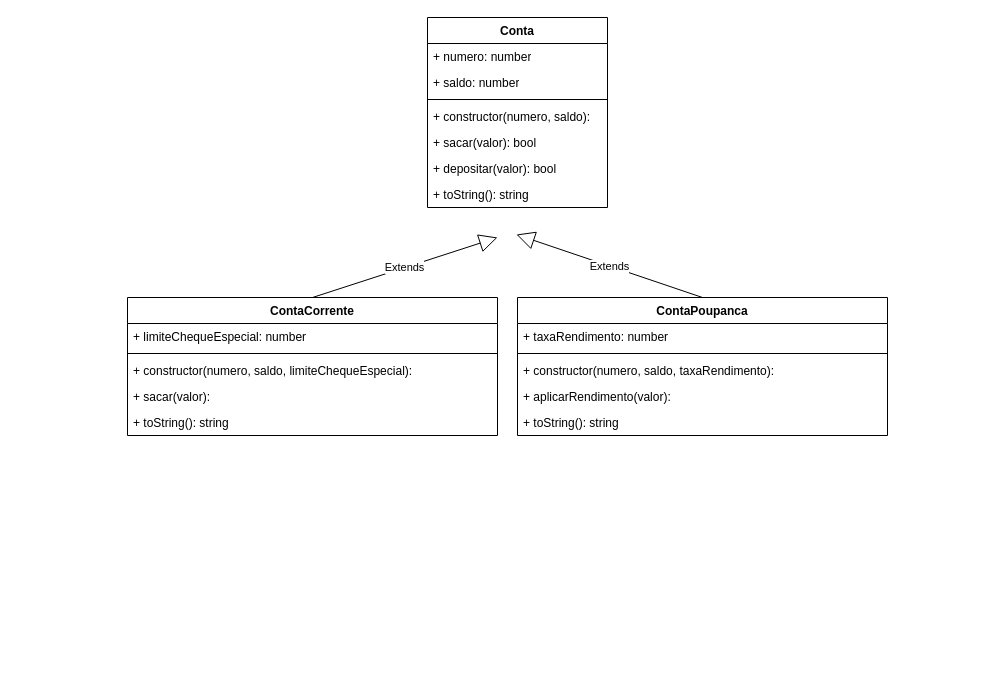
This is aulas/aula09/contas-bancarias.drawio from LuisgrbDev/AulasJs, a draw.io file, before an edit. Source tidied: cells renumbered, new cells numbered last; positions are measured from the earlier drawing's top-left corner, leaving out a move shared by most shapes. Both pictures are drawn from the tidied source at 100%, with x=0, y=0 at pixel (127, 17).
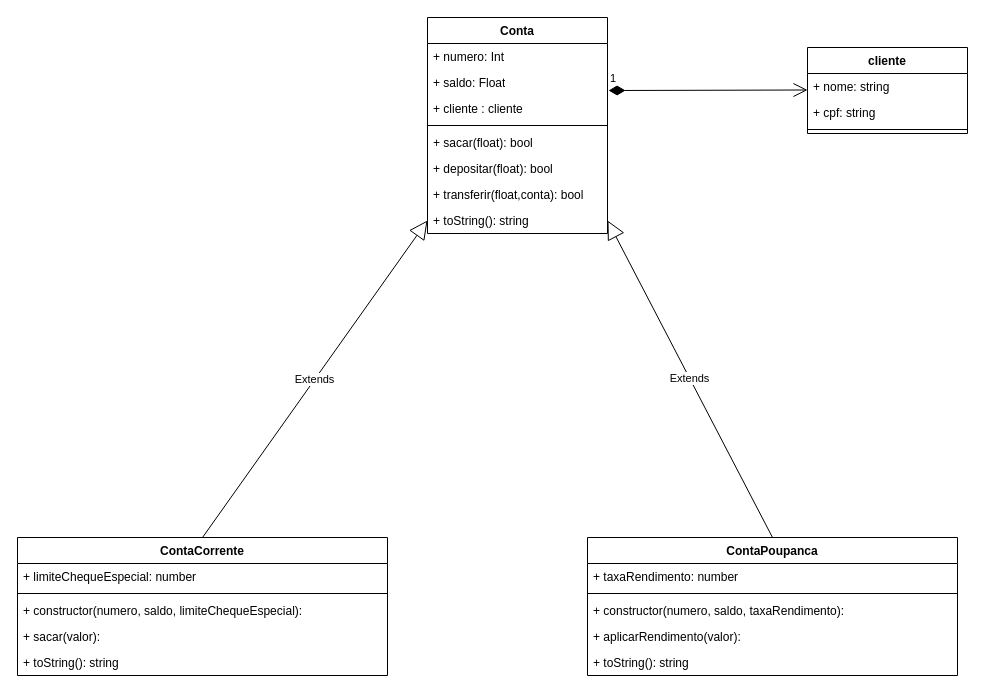
After the change.

Commit message (it also covers changes not shown here):
diagrama conta bancaria

The edit, as a diff of the source:
```diff
@@
     <mxCell id="2" value="Conta" style="swimlane;fontStyle=1;align=center;verticalAlign=top;horizontal=1;startSize=26;whiteSpace=wrap;html=1;" parent="1" vertex="1">
-      <mxGeometry x="300" width="180" height="190" as="geometry" />
+      <mxGeometry x="300" width="180" height="216" as="geometry" />
     </mxCell>
-    <mxCell id="3" value="+ numero: number" style="text;strokeColor=none;fillColor=none;align=left;verticalAlign=top;spacingLeft=4;spacingRight=4;overflow=hidden;whiteSpace=wrap;html=1;" parent="2" vertex="1">
+    <mxCell id="3" value="+ numero: Int" style="text;strokeColor=none;fillColor=none;align=left;verticalAlign=top;spacingLeft=4;spacingRight=4;overflow=hidden;whiteSpace=wrap;html=1;" parent="2" vertex="1">
       <mxGeometry y="26" width="180" height="26" as="geometry" />
     </mxCell>
-    <mxCell id="4" value="+ saldo: number" style="text;strokeColor=none;fillColor=none;align=left;verticalAlign=top;spacingLeft=4;spacingRight=4;overflow=hidden;points=[[0,0.5],[1,0.5]];portConstraint=eastwest;whiteSpace=wrap;html=1;" parent="2" vertex="1">
+    <mxCell id="4" value="+ saldo: Float" style="text;strokeColor=none;fillColor=none;align=left;verticalAlign=top;spacingLeft=4;spacingRight=4;overflow=hidden;points=[[0,0.5],[1,0.5]];portConstraint=eastwest;whiteSpace=wrap;html=1;" parent="2" vertex="1">
       <mxGeometry y="52" width="180" height="26" as="geometry" />
     </mxCell>
+    <mxCell id="24" value="+ cliente : cliente" style="text;strokeColor=none;fillColor=none;align=left;verticalAlign=top;spacingLeft=4;spacingRight=4;overflow=hidden;whiteSpace=wrap;html=1;" parent="2" vertex="1">
+      <mxGeometry y="78" width="180" height="26" as="geometry" />
+    </mxCell>
     <mxCell id="5" style="line;strokeWidth=1;fillColor=none;align=left;verticalAlign=middle;spacingTop=-1;spacingLeft=3;spacingRight=3;labelPosition=right;strokeColor=inherit;" parent="2" vertex="1">
-      <mxGeometry y="78" width="180" height="8" as="geometry" />
+      <mxGeometry y="104" width="180" height="8" as="geometry" />
     </mxCell>
-    <mxCell id="6" value="+ constructor(numero, saldo):&amp;nbsp;" style="text;strokeColor=none;fillColor=none;align=left;verticalAlign=top;spacingLeft=4;spacingRight=4;overflow=hidden;whiteSpace=wrap;html=1;" parent="2" vertex="1">
-      <mxGeometry y="86" width="180" height="26" as="geometry" />
-    </mxCell>
-    <mxCell id="7" value="+ sacar(valor): bool&amp;nbsp;" style="text;strokeColor=none;fillColor=none;align=left;verticalAlign=top;spacingLeft=4;spacingRight=4;overflow=hidden;whiteSpace=wrap;html=1;" parent="2" vertex="1">
+    <mxCell id="7" value="+ sacar(float): bool&amp;nbsp;" style="text;strokeColor=none;fillColor=none;align=left;verticalAlign=top;spacingLeft=4;spacingRight=4;overflow=hidden;whiteSpace=wrap;html=1;" parent="2" vertex="1">
       <mxGeometry y="112" width="180" height="26" as="geometry" />
     </mxCell>
-    <mxCell id="8" value="+ depositar(valor): bool&amp;nbsp;" style="text;strokeColor=none;fillColor=none;align=left;verticalAlign=top;spacingLeft=4;spacingRight=4;overflow=hidden;whiteSpace=wrap;html=1;" parent="2" vertex="1">
+    <mxCell id="8" value="+ depositar(float): bool&amp;nbsp;" style="text;strokeColor=none;fillColor=none;align=left;verticalAlign=top;spacingLeft=4;spacingRight=4;overflow=hidden;whiteSpace=wrap;html=1;" parent="2" vertex="1">
       <mxGeometry y="138" width="180" height="26" as="geometry" />
     </mxCell>
+    <mxCell id="25" value="+ transferir(float,conta): bool&amp;nbsp;" style="text;strokeColor=none;fillColor=none;align=left;verticalAlign=top;spacingLeft=4;spacingRight=4;overflow=hidden;whiteSpace=wrap;html=1;" parent="2" vertex="1">
+      <mxGeometry y="164" width="180" height="26" as="geometry" />
+    </mxCell>
     <mxCell id="9" value="+ toString(): string&amp;nbsp;" style="text;strokeColor=none;fillColor=none;align=left;verticalAlign=top;spacingLeft=4;spacingRight=4;overflow=hidden;points=[[0,0.5],[1,0.5]];portConstraint=eastwest;whiteSpace=wrap;html=1;" parent="2" vertex="1">
-      <mxGeometry y="164" width="180" height="26" as="geometry" />
+      <mxGeometry y="190" width="180" height="26" as="geometry" />
     </mxCell>
     <mxCell id="10" value="ContaCorrente" style="swimlane;fontStyle=1;align=center;verticalAlign=top;horizontal=1;startSize=26;whiteSpace=wrap;html=1;" parent="1" vertex="1">
-      <mxGeometry y="280" width="370" height="138" as="geometry" />
+      <mxGeometry x="-110" y="520" width="370" height="138" as="geometry" />
     </mxCell>
@@
     <mxCell id="16" value="ContaPoupanca" style="swimlane;fontStyle=1;align=center;verticalAlign=top;horizontal=1;startSize=26;whiteSpace=wrap;html=1;" parent="1" vertex="1">
-      <mxGeometry x="390" y="280" width="370" height="138" as="geometry" />
+      <mxGeometry x="460" y="520" width="370" height="138" as="geometry" />
     </mxCell>
@@
-    <mxCell id="22" value="Extends" style="endArrow=block;endSize=16;endFill=0;html=1;rounded=0;exitX=0.5;exitY=0;exitDx=0;exitDy=0;entryX=0.389;entryY=1.154;entryDx=0;entryDy=0;entryPerimeter=0;" parent="1" edge="1" source="10">
-      <mxGeometry relative="1" as="geometry">
-        <mxPoint x="370" y="220" as="targetPoint" />
-      </mxGeometry>
+    <mxCell id="22" value="Extends" style="endArrow=block;endSize=16;endFill=0;html=1;rounded=0;exitX=0.5;exitY=0;exitDx=0;exitDy=0;entryX=0;entryY=0.5;entryDx=0;entryDy=0;" parent="1" edge="1" source="10" target="9">
+      <mxGeometry relative="1" as="geometry" />
     </mxCell>
-    <mxCell id="23" value="Extends" style="endArrow=block;endSize=16;endFill=0;html=1;rounded=0;exitX=0.5;exitY=0;exitDx=0;exitDy=0;entryX=0.494;entryY=1.038;entryDx=0;entryDy=0;entryPerimeter=0;" parent="1" edge="1" source="16">
-      <mxGeometry relative="1" as="geometry">
-        <mxPoint x="388.9" y="217" as="targetPoint" />
-      </mxGeometry>
+    <mxCell id="23" value="Extends" style="endArrow=block;endSize=16;endFill=0;html=1;rounded=0;exitX=0.5;exitY=0;exitDx=0;exitDy=0;entryX=1;entryY=0.5;entryDx=0;entryDy=0;" parent="1" edge="1" source="16" target="9">
+      <mxGeometry relative="1" as="geometry" />
     </mxCell>
+    <mxCell id="26" value="cliente" style="swimlane;fontStyle=1;align=center;verticalAlign=top;horizontal=1;startSize=26;" parent="1" vertex="1">
+      <mxGeometry x="680" y="30" width="160" height="86" as="geometry" />
+    </mxCell>
+    <mxCell id="27" value="+ nome: string " style="text;strokeColor=none;fillColor=none;align=left;verticalAlign=top;spacingLeft=4;spacingRight=4;overflow=hidden;" parent="26" vertex="1">
+      <mxGeometry y="26" width="160" height="26" as="geometry" />
+    </mxCell>
+    <mxCell id="28" value="+ cpf: string" style="text;strokeColor=none;fillColor=none;align=left;verticalAlign=top;spacingLeft=4;spacingRight=4;overflow=hidden;" parent="26" vertex="1">
+      <mxGeometry y="52" width="160" height="26" as="geometry" />
+    </mxCell>
+    <mxCell id="29" style="line;strokeWidth=1;fillColor=none;align=left;verticalAlign=middle;spacingTop=-1;spacingLeft=3;spacingRight=3;labelPosition=right;strokeColor=inherit;" parent="26" vertex="1">
+      <mxGeometry y="78" width="160" height="8" as="geometry" />
+    </mxCell>
+    <mxCell id="30" value="1" style="endArrow=open;html=1;endSize=12;startArrow=diamondThin;startSize=14;startFill=1;edgeStyle=orthogonalEdgeStyle;align=left;verticalAlign=bottom;exitX=1.006;exitY=0.808;exitDx=0;exitDy=0;exitPerimeter=0;" parent="1" edge="1" source="4">
+      <mxGeometry x="-1" y="3" relative="1" as="geometry">
+        <mxPoint x="680" y="72.5" as="targetPoint" />
+      </mxGeometry>
+    </mxCell>
```
